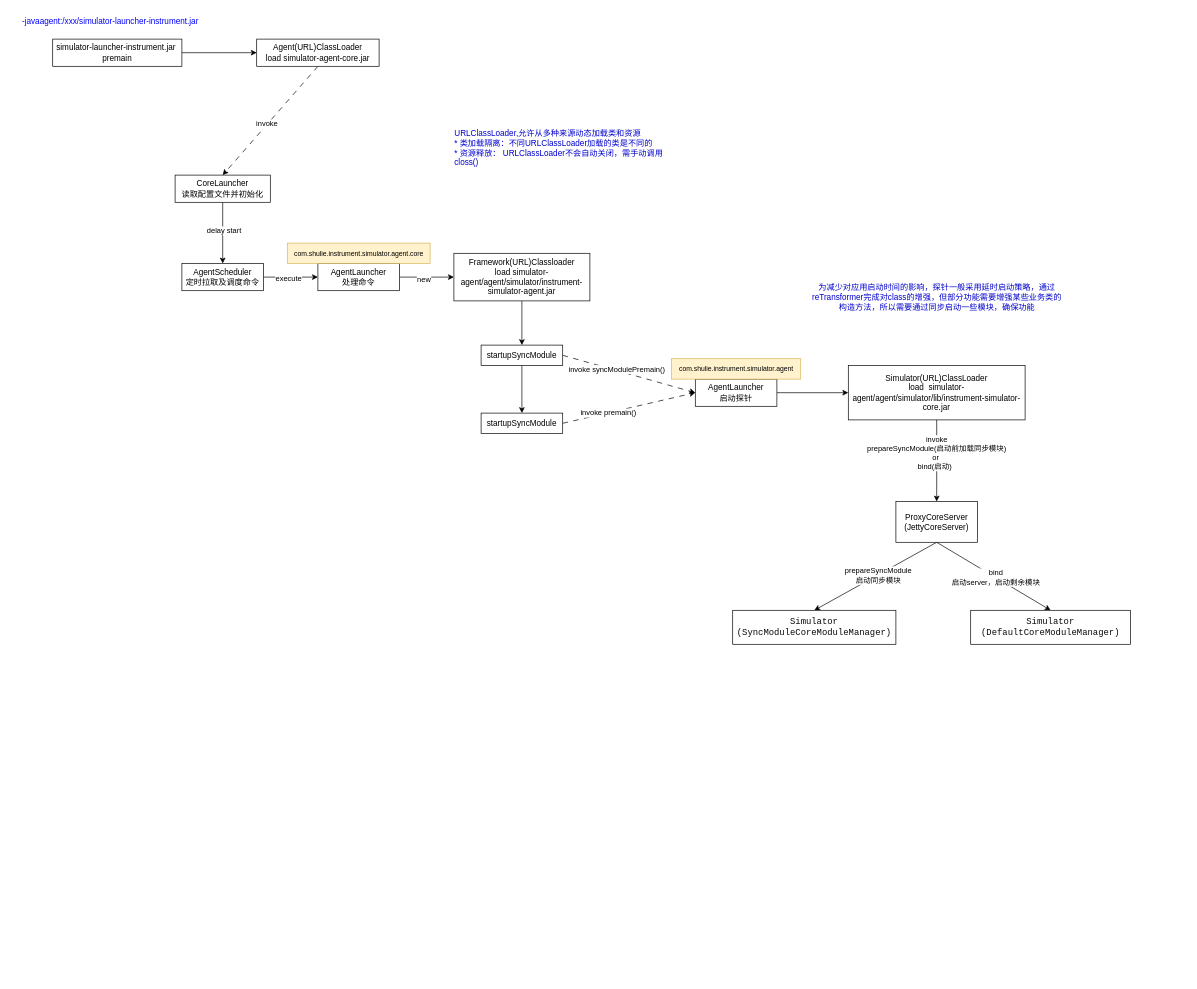
Earlier version of the draw.io diagram com.guann1n9.diagrams/link_agent.drawio (GuanN1ng/diagrams). Source tidied: cells renumbered, new cells numbered last; positions are measured from the earlier drawing's top-left corner, leaving out a move shared by most shapes. Both pictures are drawn from the tidied source at 68%, with x=0, y=0 at pixel (12, 12).
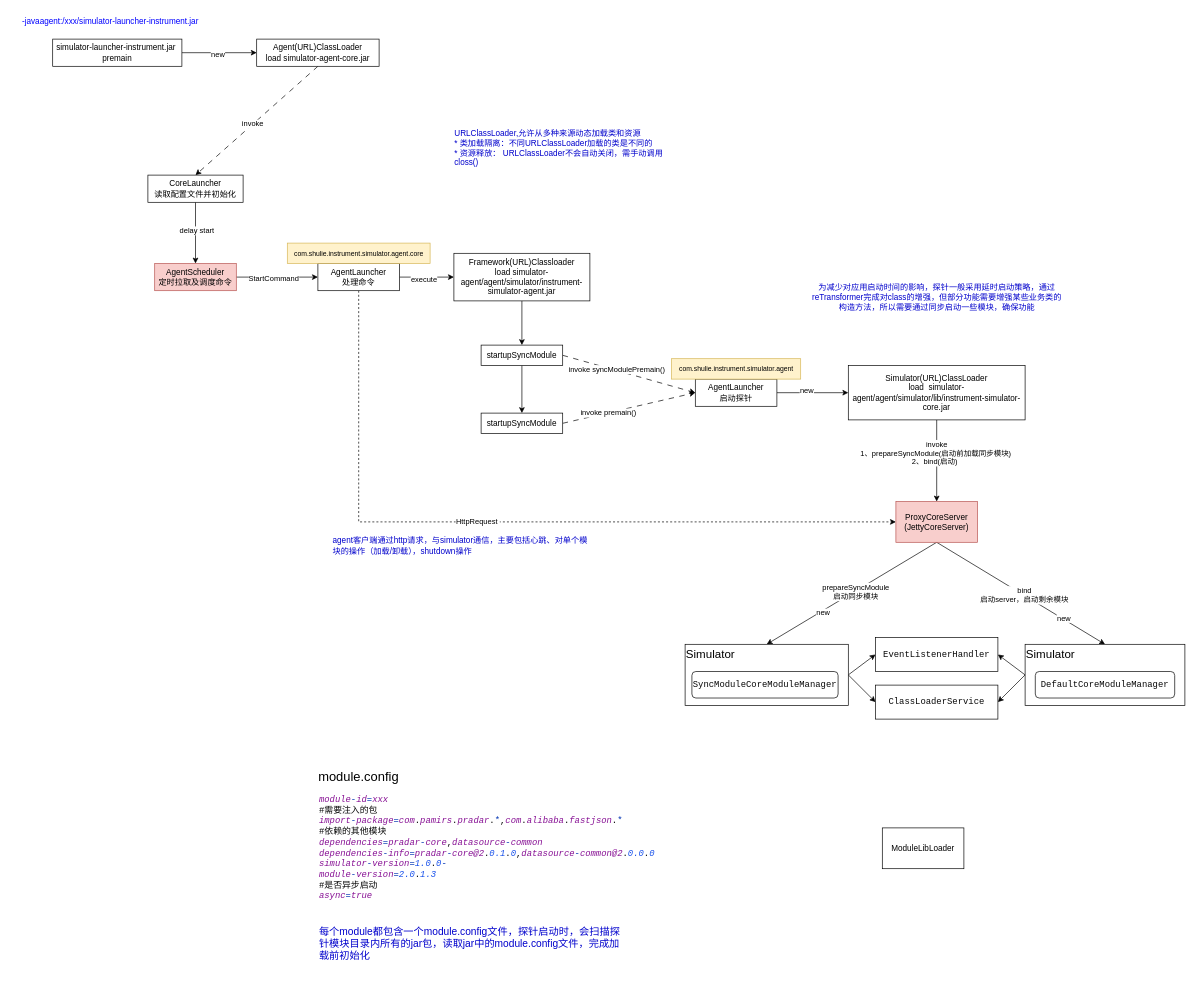
The same page after the edit.

Unchanged cells that the change refers to:
```xml
<mxCell id="2" style="edgeStyle=orthogonalEdgeStyle;rounded=0;jettySize=auto;html=1;exitX=1;exitY=0.5;exitDx=0;exitDy=0;" parent="1" edge="1" source="3" target="6">
  <mxGeometry relative="1" as="geometry" />
</mxCell>
<mxCell id="10" style="edgeStyle=orthogonalEdgeStyle;rounded=0;jettySize=auto;html=1;" parent="1" edge="1" source="12" target="24">
  <mxGeometry relative="1" as="geometry" />
</mxCell>
<mxCell id="12" value="AgentLauncher&lt;br&gt;处理命令" style="rounded=0;whiteSpace=wrap;html=1;" parent="1" vertex="1">
  <mxGeometry x="450" y="370" width="120" height="40" as="geometry" />
</mxCell>
<mxCell id="13" style="edgeStyle=orthogonalEdgeStyle;rounded=0;jettySize=auto;html=1;exitX=1;exitY=0.5;exitDx=0;exitDy=0;entryX=0;entryY=0.5;entryDx=0;entryDy=0;" parent="1" edge="1" source="15" target="12">
  <mxGeometry relative="1" as="geometry" />
</mxCell>
<mxCell id="25" value="&lt;font style=&quot;font-size: 10px;&quot;&gt;com.shulie.instrument.simulator&lt;/font&gt;&lt;span style=&quot;font-size: 10px; background-color: transparent; color: light-dark(rgb(0, 0, 0), rgb(255, 255, 255));&quot;&gt;.agent.core&lt;/span&gt;" style="text;html=1;align=center;verticalAlign=middle;points=[];strokeColor=#d6b656;fillColor=#fff2cc;" parent="1" vertex="1">
  <mxGeometry x="405" y="340" width="210" height="30" as="geometry" />
</mxCell>
<mxCell id="26" style="edgeStyle=orthogonalEdgeStyle;rounded=0;jettySize=auto;html=1;exitX=1;exitY=0.5;exitDx=0;exitDy=0;entryX=0;entryY=0.5;entryDx=0;entryDy=0;" parent="1" edge="1" source="27" target="31">
  <mxGeometry relative="1" as="geometry" />
</mxCell>
<mxCell id="29" style="edgeStyle=orthogonalEdgeStyle;rounded=0;jettySize=auto;html=1;exitX=0.5;exitY=1;exitDx=0;exitDy=0;entryX=0.5;entryY=0;entryDx=0;entryDy=0;" parent="1" edge="1" source="31" target="36">
  <mxGeometry relative="1" as="geometry" />
</mxCell>
<mxCell id="32" style="rounded=0;jettySize=auto;html=1;exitX=0.5;exitY=1;exitDx=0;exitDy=0;entryX=0.5;entryY=0;entryDx=0;entryDy=0;" parent="1" edge="1" source="36" target="39">
  <mxGeometry relative="1" as="geometry" />
</mxCell>
<mxCell id="34" style="rounded=0;jettySize=auto;html=1;exitX=0.5;exitY=1;exitDx=0;exitDy=0;entryX=0.5;entryY=0;entryDx=0;entryDy=0;" parent="1" edge="1" source="36" target="40">
  <mxGeometry relative="1" as="geometry" />
</mxCell>
```

The edit, as a diff of the source:
```diff
@@
+    <mxCell id="42" value="new" style="edgeLabel;html=1;align=center;verticalAlign=middle;" parent="2" vertex="1">
+      <mxGeometry x="-0.08" y="-2" relative="1" as="geometry">
+        <mxPoint x="1" as="offset" />
+      </mxGeometry>
+    </mxCell>
@@
     <mxCell id="9" value="CoreLauncher&lt;br&gt;读取配置文件并初始化" style="rounded=0;whiteSpace=wrap;html=1;" parent="1" vertex="1">
-      <mxGeometry x="240" y="240" width="140" height="40" as="geometry" />
+      <mxGeometry x="200" y="240" width="140" height="40" as="geometry" />
     </mxCell>
@@
-    <mxCell id="11" value="new" style="edgeLabel;html=1;align=center;verticalAlign=middle;" parent="10" vertex="1">
+    <mxCell id="11" value="execute" style="edgeLabel;html=1;align=center;verticalAlign=middle;" parent="10" vertex="1">
       <mxGeometry x="-0.12" y="-2" relative="1" as="geometry" />
     </mxCell>
+    <mxCell id="43" style="edgeStyle=orthogonalEdgeStyle;rounded=0;jettySize=auto;html=1;" parent="1" edge="1" source="12" target="25">
+      <mxGeometry relative="1" as="geometry" />
+    </mxCell>
+    <mxCell id="44" style="edgeStyle=orthogonalEdgeStyle;rounded=0;jettySize=auto;html=1;exitX=0.5;exitY=1;exitDx=0;exitDy=0;entryX=0;entryY=0.5;entryDx=0;entryDy=0;dashed=1;" parent="1" edge="1" source="12" target="36">
+      <mxGeometry relative="1" as="geometry" />
+    </mxCell>
+    <mxCell id="45" value="HttpRequest&amp;nbsp;" style="edgeLabel;html=1;align=center;verticalAlign=middle;" parent="44" vertex="1">
+      <mxGeometry x="-0.09" y="1" relative="1" as="geometry" />
+    </mxCell>
@@
-    <mxCell id="14" value="execute" style="edgeLabel;html=1;align=center;verticalAlign=middle;" parent="13" vertex="1">
+    <mxCell id="14" value="StartCommand" style="edgeLabel;html=1;align=center;verticalAlign=middle;" parent="13" vertex="1">
       <mxGeometry x="-0.1" y="-1" relative="1" as="geometry" />
     </mxCell>
-    <mxCell id="15" value="AgentScheduler&lt;br&gt;定时拉取及调度命令" style="rounded=0;whiteSpace=wrap;html=1;" parent="1" vertex="1">
-      <mxGeometry x="250" y="370" width="120" height="40" as="geometry" />
+    <mxCell id="15" value="AgentScheduler&lt;br&gt;定时拉取及调度命令" style="rounded=0;whiteSpace=wrap;html=1;fillColor=#f8cecc;strokeColor=#b85450;" parent="1" vertex="1">
+      <mxGeometry x="210" y="370" width="120" height="40" as="geometry" />
     </mxCell>
@@
+    <mxCell id="46" value="new" style="edgeLabel;html=1;align=center;verticalAlign=middle;" parent="26" vertex="1">
+      <mxGeometry x="-0.19" y="4" relative="1" as="geometry" />
+    </mxCell>
@@
-    <mxCell id="30" value="invoke &lt;br&gt;prepareSyncModule(启动前加载同步模块)&lt;br&gt;&lt;span style=&quot;background-color: light-dark(#ffffff, var(--ge-dark-color, #121212)); color: light-dark(rgb(0, 0, 0), rgb(255, 255, 255));&quot;&gt;or&amp;nbsp;&lt;br&gt;bind(启动)&amp;nbsp;&amp;nbsp;&lt;/span&gt;" style="edgeLabel;html=1;align=center;verticalAlign=middle;" parent="29" vertex="1">
+    <mxCell id="30" value="invoke &lt;br&gt;1、prepareSyncModule(启动前加载同步模块)&lt;span style=&quot;background-color: light-dark(#ffffff, var(--ge-dark-color, #121212)); color: light-dark(rgb(0, 0, 0), rgb(255, 255, 255));&quot;&gt;&amp;nbsp;&lt;br&gt;2、bind(启动)&amp;nbsp;&amp;nbsp;&lt;/span&gt;" style="edgeLabel;html=1;align=center;verticalAlign=middle;" parent="29" vertex="1">
       <mxGeometry x="-0.2" y="-1" relative="1" as="geometry" />
     </mxCell>
@@
+    <mxCell id="47" value="new" style="edgeLabel;html=1;align=center;verticalAlign=middle;" parent="32" vertex="1">
+      <mxGeometry x="0.35" y="2" relative="1" as="geometry" />
+    </mxCell>
@@
+    <mxCell id="48" value="new" style="edgeLabel;html=1;align=center;verticalAlign=middle;" parent="34" vertex="1">
+      <mxGeometry x="0.5" y="1" relative="1" as="geometry" />
+    </mxCell>
-    <mxCell id="36" value="ProxyCoreServer&lt;br&gt;(JettyCoreServer)" style="rounded=0;whiteSpace=wrap;html=1;" parent="1" vertex="1">
+    <mxCell id="36" value="ProxyCoreServer&lt;br&gt;(JettyCoreServer)" style="rounded=0;whiteSpace=wrap;html=1;fillColor=#f8cecc;strokeColor=#b85450;" parent="1" vertex="1">
       <mxGeometry x="1300" y="720" width="120" height="60" as="geometry" />
     </mxCell>
@@
+    <mxCell id="49" style="rounded=0;jettySize=auto;html=1;exitX=1;exitY=0.5;exitDx=0;exitDy=0;entryX=0;entryY=0.5;entryDx=0;entryDy=0;" parent="1" edge="1" source="39" target="54">
+      <mxGeometry relative="1" as="geometry" />
+    </mxCell>
+    <mxCell id="50" style="rounded=0;jettySize=auto;html=1;exitX=1;exitY=0.5;exitDx=0;exitDy=0;entryX=0;entryY=0.5;entryDx=0;entryDy=0;" parent="1" edge="1" source="39" target="55">
+      <mxGeometry relative="1" as="geometry" />
+    </mxCell>
-    <mxCell id="39" value="&lt;div style=&quot;background-color: rgb(255, 255, 255); color: rgb(8, 8, 8);&quot;&gt;&lt;pre style=&quot;font-family:'JetBrains Mono',monospace;font-size:9.8pt;&quot;&gt;Simulator&lt;br&gt;(SyncModuleCoreModuleManager)&lt;/pre&gt;&lt;/div&gt;" style="rounded=0;whiteSpace=wrap;html=1;" parent="1" vertex="1">
-      <mxGeometry x="1060" y="880" width="240" height="50" as="geometry" />
+    <mxCell id="39" value="&lt;div style=&quot;background-color: rgb(255, 255, 255); color: rgb(8, 8, 8);&quot;&gt;&lt;pre style=&quot;font-family:'JetBrains Mono',monospace;font-size:9.8pt;&quot;&gt;&lt;div style=&quot;text-align: left;&quot;&gt;&lt;br&gt;&lt;/div&gt;&lt;/pre&gt;&lt;/div&gt;" style="rounded=0;whiteSpace=wrap;html=1;" parent="1" vertex="1">
+      <mxGeometry x="990" y="930" width="240" height="90" as="geometry" />
     </mxCell>
+    <mxCell id="51" style="rounded=0;jettySize=auto;html=1;exitX=0;exitY=0.5;exitDx=0;exitDy=0;entryX=1;entryY=0.5;entryDx=0;entryDy=0;" parent="1" edge="1" source="40" target="54">
+      <mxGeometry relative="1" as="geometry" />
+    </mxCell>
+    <mxCell id="52" style="rounded=0;jettySize=auto;html=1;exitX=0;exitY=0.5;exitDx=0;exitDy=0;entryX=1;entryY=0.5;entryDx=0;entryDy=0;" parent="1" edge="1" source="40" target="55">
+      <mxGeometry relative="1" as="geometry" />
+    </mxCell>
-    <mxCell id="40" value="&lt;div style=&quot;background-color: rgb(255, 255, 255); color: rgb(8, 8, 8);&quot;&gt;&lt;pre style=&quot;font-family:'JetBrains Mono',monospace;font-size:9.8pt;&quot;&gt;Simulator&lt;br&gt;(DefaultCoreModuleManager)&lt;br&gt;&lt;/pre&gt;&lt;/div&gt;" style="rounded=0;whiteSpace=wrap;html=1;" parent="1" vertex="1">
-      <mxGeometry x="1410" y="880" width="235" height="50" as="geometry" />
+    <mxCell id="40" value="&lt;div style=&quot;background-color: rgb(255, 255, 255); color: rgb(8, 8, 8);&quot;&gt;&lt;pre style=&quot;font-family:'JetBrains Mono',monospace;font-size:9.8pt;&quot;&gt;&lt;br&gt;&lt;/pre&gt;&lt;/div&gt;" style="rounded=0;whiteSpace=wrap;html=1;" parent="1" vertex="1">
+      <mxGeometry x="1490" y="930" width="235" height="90" as="geometry" />
     </mxCell>
@@
+    <mxCell id="53" value="&lt;font style=&quot;color: rgb(0, 0, 204);&quot;&gt;agent客户端通过http请求，与simulator通信，主要包括心跳、对单个模块的操作（加载/卸载），shutdown操作&lt;/font&gt;" style="text;html=1;align=left;verticalAlign=middle;whiteSpace=wrap;rounded=0;" parent="1" vertex="1">
+      <mxGeometry x="470" y="770" width="380" height="30" as="geometry" />
+    </mxCell>
+    <mxCell id="54" value="&lt;div style=&quot;background-color: rgb(255, 255, 255); color: rgb(8, 8, 8);&quot;&gt;&lt;pre style=&quot;font-family:'JetBrains Mono',monospace;font-size:9.8pt;&quot;&gt;EventListenerHandler&lt;/pre&gt;&lt;/div&gt;" style="rounded=0;whiteSpace=wrap;html=1;" parent="1" vertex="1">
+      <mxGeometry x="1270" y="920" width="180" height="50" as="geometry" />
+    </mxCell>
+    <mxCell id="55" value="&lt;pre style=&quot;color: rgb(8, 8, 8); font-family: &amp;quot;JetBrains Mono&amp;quot;, monospace; font-size: 9.8pt;&quot;&gt;ClassLoaderService&lt;/pre&gt;" style="rounded=0;whiteSpace=wrap;html=1;" parent="1" vertex="1">
+      <mxGeometry x="1270" y="990" width="180" height="50" as="geometry" />
+    </mxCell>
+    <mxCell id="56" value="&lt;font style=&quot;font-size: 17px;&quot;&gt;Simulator&lt;/font&gt;" style="text;html=1;align=center;verticalAlign=middle;whiteSpace=wrap;rounded=0;" parent="1" vertex="1">
+      <mxGeometry x="990" y="930" width="75" height="30" as="geometry" />
+    </mxCell>
+    <mxCell id="57" value="&lt;font style=&quot;font-size: 17px;&quot;&gt;Simulator&lt;/font&gt;" style="text;html=1;align=center;verticalAlign=middle;whiteSpace=wrap;rounded=0;" parent="1" vertex="1">
+      <mxGeometry x="1490" y="930" width="75" height="30" as="geometry" />
+    </mxCell>
+    <mxCell id="58" value="&lt;pre style=&quot;color: rgb(8, 8, 8); font-family: &amp;quot;JetBrains Mono&amp;quot;, monospace; font-size: 9.8pt;&quot;&gt;SyncModuleCoreModuleManager&lt;/pre&gt;" style="rounded=1;whiteSpace=wrap;html=1;" parent="1" vertex="1">
+      <mxGeometry x="1000" y="970" width="215" height="39" as="geometry" />
+    </mxCell>
+    <mxCell id="59" value="&lt;pre style=&quot;color: rgb(8, 8, 8); font-family: &amp;quot;JetBrains Mono&amp;quot;, monospace; font-size: 9.8pt;&quot;&gt;DefaultCoreModuleManager&lt;/pre&gt;" style="rounded=1;whiteSpace=wrap;html=1;" parent="1" vertex="1">
+      <mxGeometry x="1505" y="970" width="205" height="39" as="geometry" />
+    </mxCell>
+    <mxCell id="60" value="&lt;div style=&quot;background-color: rgb(255, 255, 255); color: rgb(8, 8, 8);&quot;&gt;&lt;pre style=&quot;font-family:'JetBrains Mono',monospace;font-size:9.8pt;&quot;&gt;&lt;span style=&quot;color: rgb(135, 16, 148); font-style: italic;&quot;&gt;module&lt;/span&gt;&lt;span style=&quot;color: rgb(0, 51, 179);&quot;&gt;-&lt;/span&gt;&lt;span style=&quot;color: rgb(135, 16, 148); font-style: italic;&quot;&gt;id&lt;/span&gt;&lt;span style=&quot;color: rgb(0, 51, 179);&quot;&gt;=&lt;/span&gt;&lt;span style=&quot;color: rgb(135, 16, 148); font-style: italic;&quot;&gt;xxx&lt;br&gt;&lt;/span&gt;#&lt;span style=&quot;font-family:'Menlo-Regular',monospace;&quot;&gt;需要注入的包&lt;br&gt;&lt;/span&gt;&lt;span style=&quot;color: rgb(135, 16, 148); font-style: italic;&quot;&gt;import&lt;/span&gt;&lt;span style=&quot;color: rgb(0, 51, 179);&quot;&gt;-&lt;/span&gt;&lt;span style=&quot;color: rgb(135, 16, 148); font-style: italic;&quot;&gt;package&lt;/span&gt;&lt;span style=&quot;color: rgb(0, 51, 179);&quot;&gt;=&lt;/span&gt;&lt;span style=&quot;color: rgb(135, 16, 148); font-style: italic;&quot;&gt;com&lt;/span&gt;.&lt;span style=&quot;color: rgb(135, 16, 148); font-style: italic;&quot;&gt;pamirs&lt;/span&gt;.&lt;span style=&quot;color: rgb(135, 16, 148); font-style: italic;&quot;&gt;pradar&lt;/span&gt;.&lt;span style=&quot;color: rgb(0, 51, 179);&quot;&gt;*&lt;/span&gt;,&lt;span style=&quot;color: rgb(135, 16, 148); font-style: italic;&quot;&gt;com&lt;/span&gt;.&lt;span style=&quot;color: rgb(135, 16, 148); font-style: italic;&quot;&gt;alibaba&lt;/span&gt;.&lt;span style=&quot;color: rgb(135, 16, 148); font-style: italic;&quot;&gt;fastjson&lt;/span&gt;.&lt;span style=&quot;color: rgb(0, 51, 179);&quot;&gt;*&lt;br&gt;&lt;/span&gt;#&lt;span style=&quot;font-family:'Menlo-Regular',monospace;&quot;&gt;依赖的其他模块&lt;br&gt;&lt;/span&gt;&lt;span style=&quot;color: rgb(135, 16, 148); font-style: italic;&quot;&gt;dependencies&lt;/span&gt;&lt;span style=&quot;color: rgb(0, 51, 179);&quot;&gt;=&lt;/span&gt;&lt;span style=&quot;color: rgb(135, 16, 148); font-style: italic;&quot;&gt;pradar&lt;/span&gt;&lt;span style=&quot;color: rgb(0, 51, 179);&quot;&gt;-&lt;/span&gt;&lt;span style=&quot;color: rgb(135, 16, 148); font-style: italic;&quot;&gt;core&lt;/span&gt;,&lt;span style=&quot;color: rgb(135, 16, 148); font-style: italic;&quot;&gt;datasource&lt;/span&gt;&lt;span style=&quot;color: rgb(0, 51, 179);&quot;&gt;-&lt;/span&gt;&lt;span style=&quot;color: rgb(135, 16, 148); font-style: italic;&quot;&gt;common&lt;br&gt;&lt;/span&gt;&lt;span style=&quot;color: rgb(135, 16, 148); font-style: italic;&quot;&gt;dependencies&lt;/span&gt;&lt;span style=&quot;color: rgb(0, 51, 179);&quot;&gt;-&lt;/span&gt;&lt;span style=&quot;color: rgb(135, 16, 148); font-style: italic;&quot;&gt;info&lt;/span&gt;&lt;span style=&quot;color: rgb(0, 51, 179);&quot;&gt;=&lt;/span&gt;&lt;span style=&quot;color: rgb(135, 16, 148); font-style: italic;&quot;&gt;pradar&lt;/span&gt;&lt;span style=&quot;color: rgb(0, 51, 179);&quot;&gt;-&lt;/span&gt;&lt;span style=&quot;color: rgb(135, 16, 148); font-style: italic;&quot;&gt;core@2&lt;/span&gt;.&lt;span style=&quot;color: rgb(23, 80, 235); font-style: italic;&quot;&gt;0.1&lt;/span&gt;.&lt;span style=&quot;color: rgb(23, 80, 235); font-style: italic;&quot;&gt;0&lt;/span&gt;,&lt;span style=&quot;color: rgb(135, 16, 148); font-style: italic;&quot;&gt;datasource&lt;/span&gt;&lt;span style=&quot;color: rgb(0, 51, 179);&quot;&gt;-&lt;/span&gt;&lt;span style=&quot;color: rgb(135, 16, 148); font-style: italic;&quot;&gt;common@2&lt;/span&gt;.&lt;span style=&quot;color: rgb(23, 80, 235); font-style: italic;&quot;&gt;0.0&lt;/span&gt;.&lt;span style=&quot;color: rgb(23, 80, 235); font-style: italic;&quot;&gt;0&lt;br&gt;&lt;/span&gt;&lt;span style=&quot;color: rgb(135, 16, 148); font-style: italic;&quot;&gt;simulator&lt;/span&gt;&lt;span style=&quot;color: rgb(0, 51, 179);&quot;&gt;-&lt;/span&gt;&lt;span style=&quot;color: rgb(135, 16, 148); font-style: italic;&quot;&gt;version&lt;/span&gt;&lt;span style=&quot;color: rgb(0, 51, 179);&quot;&gt;=&lt;/span&gt;&lt;span style=&quot;color: rgb(23, 80, 235); font-style: italic;&quot;&gt;1.0&lt;/span&gt;.&lt;span style=&quot;color: rgb(23, 80, 235); font-style: italic;&quot;&gt;0&lt;/span&gt;&lt;span style=&quot;color: rgb(0, 51, 179);&quot;&gt;-&lt;br&gt;&lt;/span&gt;&lt;span style=&quot;color: rgb(135, 16, 148); font-style: italic;&quot;&gt;module&lt;/span&gt;&lt;span style=&quot;color: rgb(0, 51, 179);&quot;&gt;-&lt;/span&gt;&lt;span style=&quot;color: rgb(135, 16, 148); font-style: italic;&quot;&gt;version&lt;/span&gt;&lt;span style=&quot;color: rgb(0, 51, 179);&quot;&gt;=&lt;/span&gt;&lt;span style=&quot;color: rgb(23, 80, 235); font-style: italic;&quot;&gt;2.0&lt;/span&gt;.&lt;span style=&quot;color: rgb(23, 80, 235); font-style: italic;&quot;&gt;1.3&lt;br&gt;&lt;/span&gt;#&lt;span style=&quot;font-family:'Menlo-Regular',monospace;&quot;&gt;是否异步启动&lt;br&gt;&lt;/span&gt;&lt;span style=&quot;color: rgb(135, 16, 148); font-style: italic;&quot;&gt;async&lt;/span&gt;&lt;span style=&quot;color: rgb(0, 51, 179);&quot;&gt;=&lt;/span&gt;&lt;span style=&quot;color: rgb(135, 16, 148); font-style: italic;&quot;&gt;true&lt;/span&gt;&lt;/pre&gt;&lt;/div&gt;" style="text;html=1;align=left;verticalAlign=middle;whiteSpace=wrap;rounded=0;" parent="1" vertex="1">
+      <mxGeometry x="450" y="1140" width="540" height="180" as="geometry" />
+    </mxCell>
+    <mxCell id="61" value="&lt;font style=&quot;font-size: 19px;&quot;&gt;module.config&lt;/font&gt;" style="text;html=1;align=center;verticalAlign=middle;whiteSpace=wrap;rounded=0;" parent="1" vertex="1">
+      <mxGeometry x="450" y="1110" width="120" height="30" as="geometry" />
+    </mxCell>
+    <mxCell id="62" value="&lt;font style=&quot;font-size: 15px; color: rgb(0, 0, 204);&quot;&gt;每个module都包含一个module.config文件，探针启动时，会扫描探针模块目录内所有的jar包，读取jar中的module.config文件，完成加载前初始化&lt;/font&gt;" style="text;html=1;align=left;verticalAlign=middle;whiteSpace=wrap;rounded=0;" parent="1" vertex="1">
+      <mxGeometry x="450" y="1320" width="450" height="100" as="geometry" />
+    </mxCell>
+    <mxCell id="63" value="ModuleLibLoader" style="rounded=0;whiteSpace=wrap;html=1;" parent="1" vertex="1">
+      <mxGeometry x="1280" y="1200" width="120" height="60" as="geometry" />
+    </mxCell>
```
